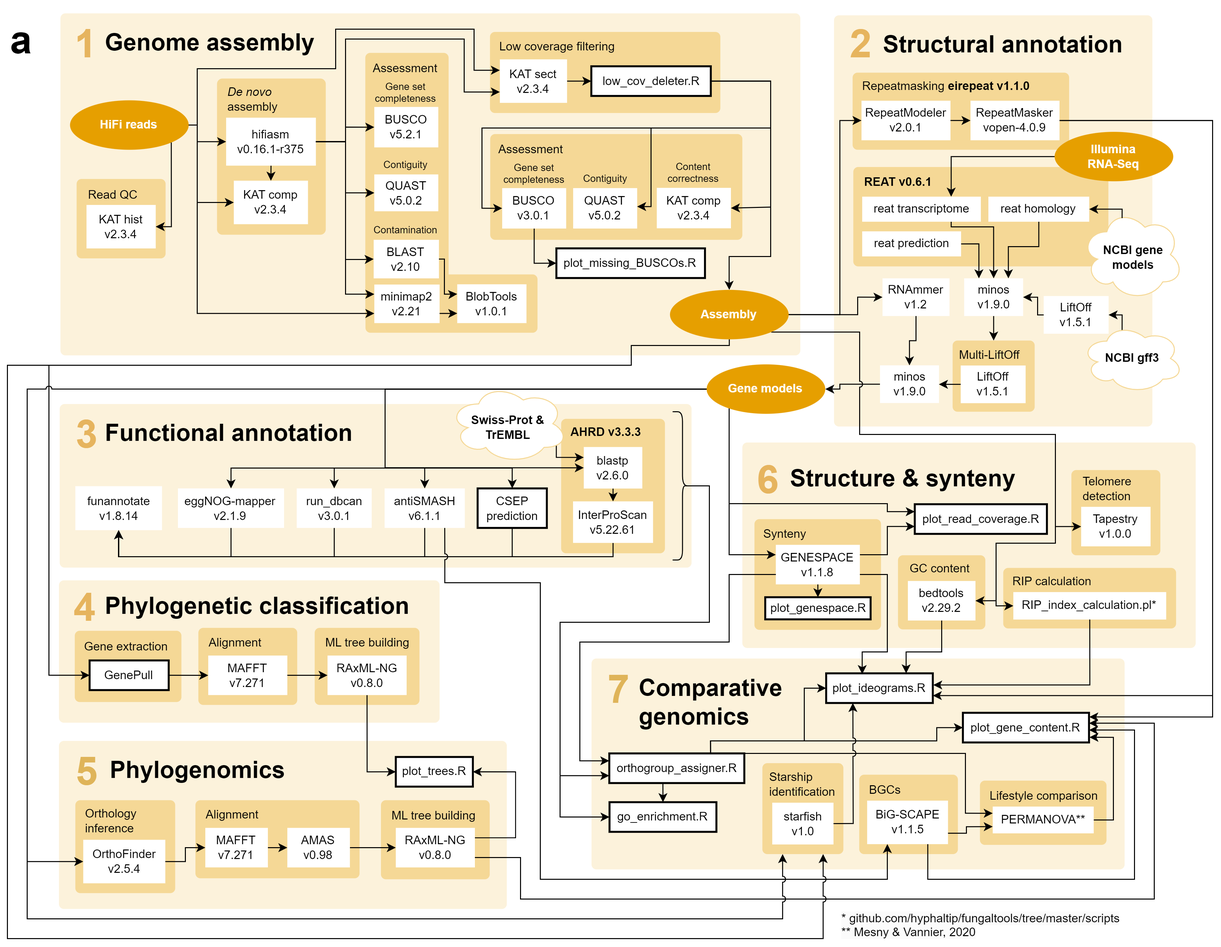
Before: schematic.png, a diagram exported from draw.io (Rowena-h/GaeumannomycesGenomics). Source tidied: cells renumbered, new cells last; positions are measured from the earlier drawing's top-left corner, leaving out a move shared by most shapes.
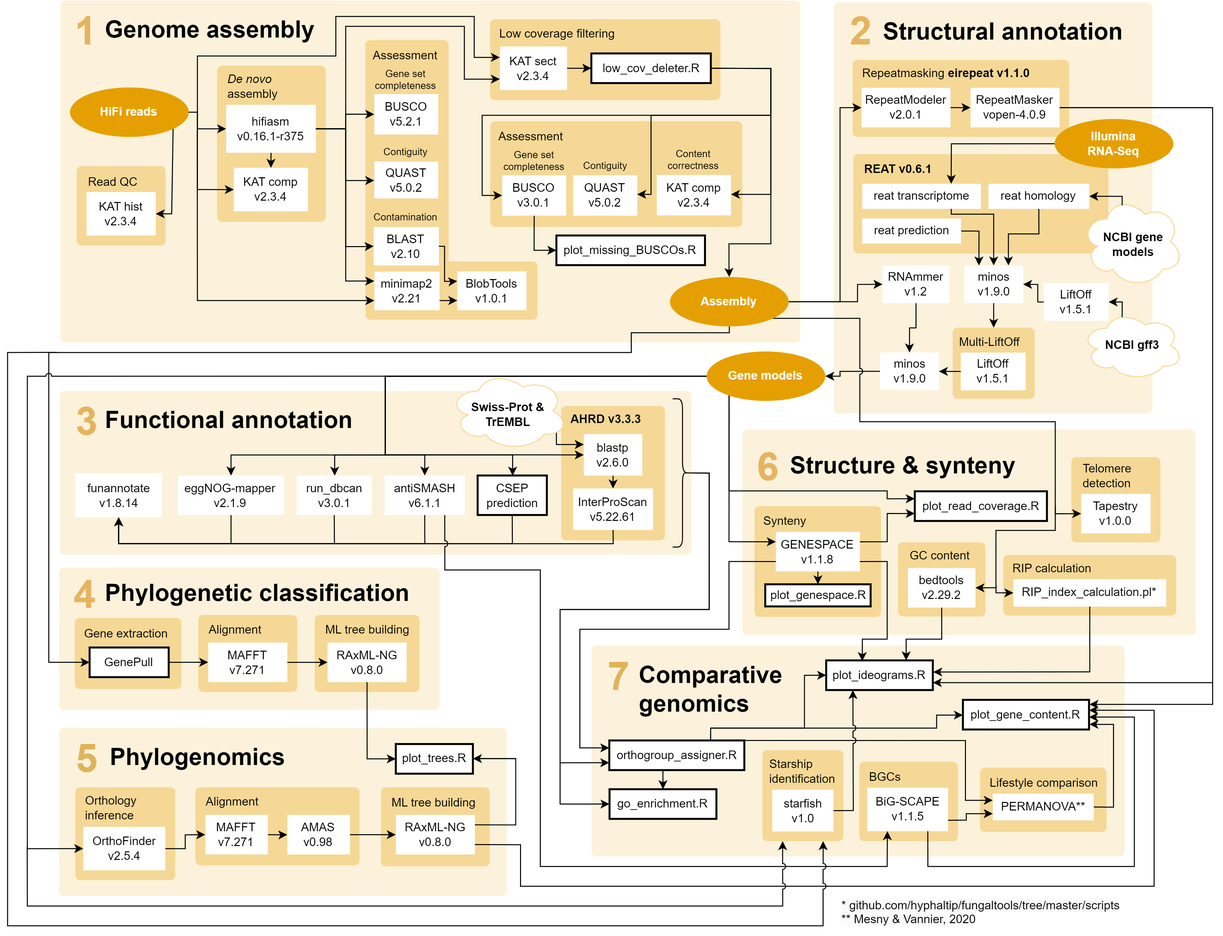
The same diagram one commit later.

Diff of the diagram source:
```diff
@@ -911,9 +911,6 @@
         </Array>
       </mxGeometry>
     </mxCell>
-    <mxCell id="205" value="&lt;h1&gt;&lt;font style=&quot;font-size: 40px;&quot;&gt;a&lt;/font&gt;&lt;br&gt;&lt;/h1&gt;" style="text;html=1;strokeColor=none;fillColor=none;spacing=5;spacingTop=-20;whiteSpace=wrap;overflow=hidden;rounded=0;align=left;fontFamily=Arial;" parent="1" vertex="1">
-      <mxGeometry width="41" height="60" as="geometry" />
-    </mxCell>
     <mxCell id="206" style="rounded=1;absoluteArcSize=1;html=1;arcSize=10;verticalAlign=top;align=left;strokeColor=none;fontFamily=Arial;fillColor=#f5d896;" parent="1" vertex="1">
       <mxGeometry x="765.6" y="761.5" width="81.9" height="92" as="geometry" />
     </mxCell>
```
